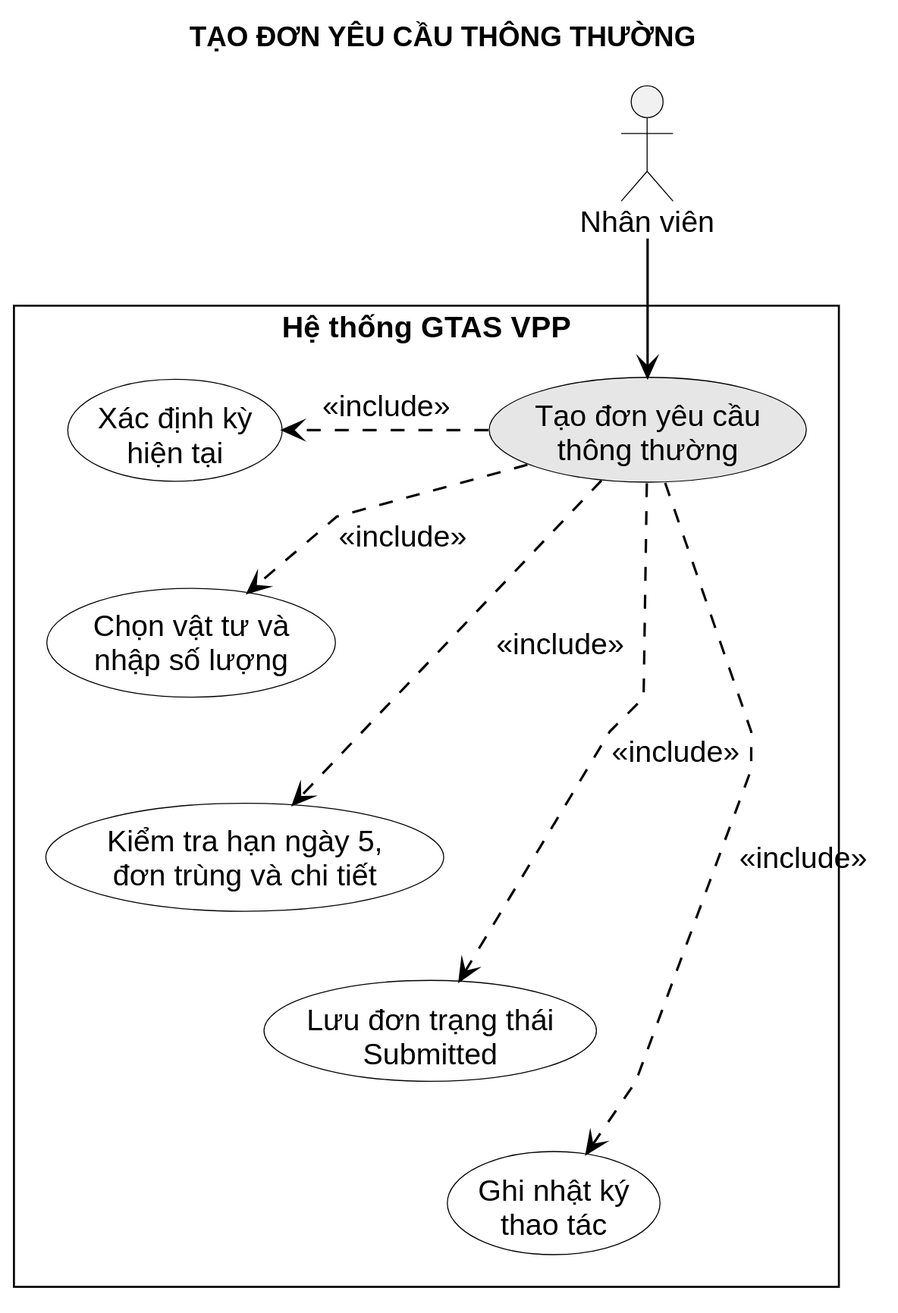
Earlier version of the PlantUML export LVTN/diagrams/ch03/use-case-create-regular-request.svg (Miikey24s/gtas_vpp).
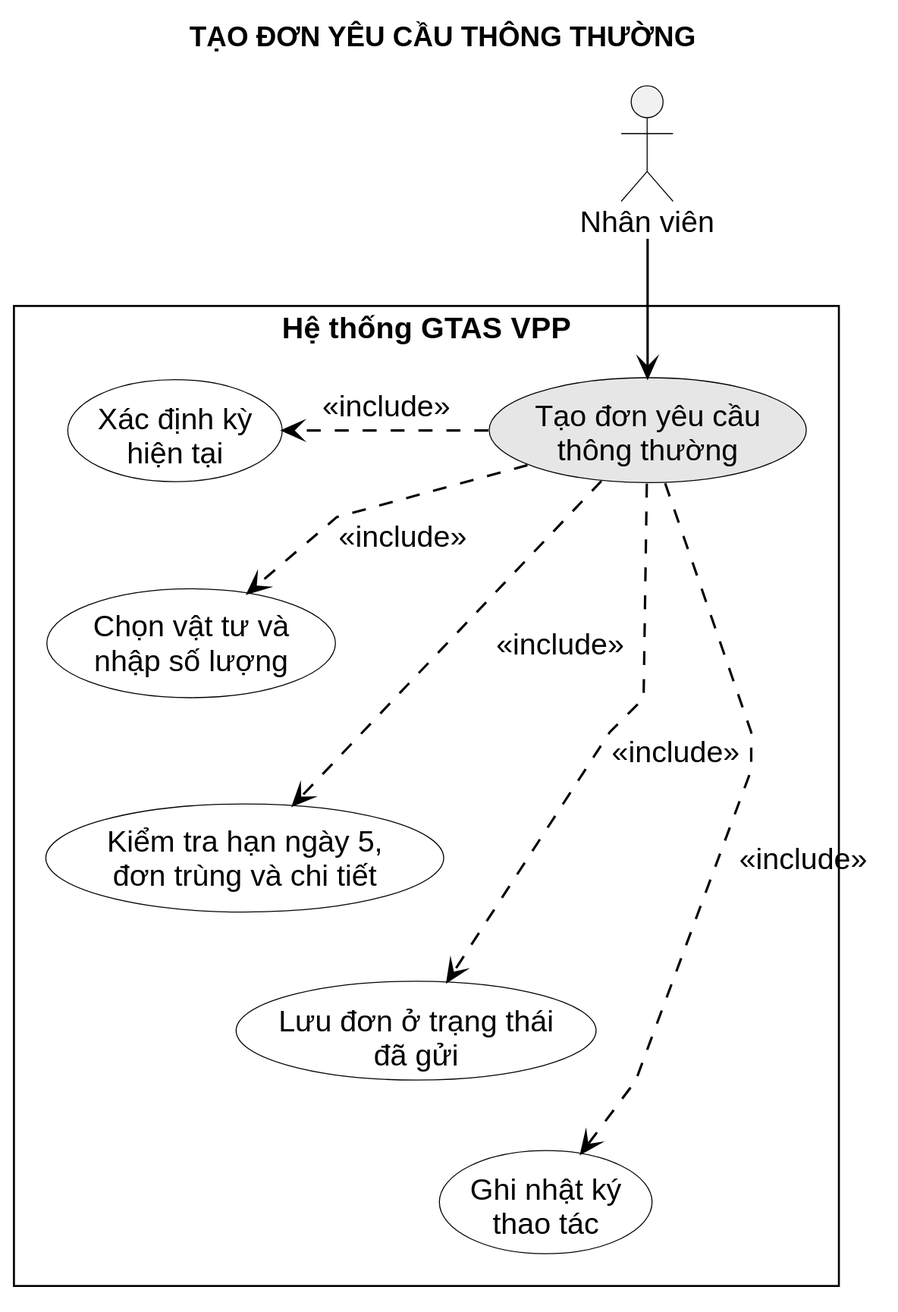
The same file after the commit.

The edit, as a diff of the source:
```diff
@@ -9,7 +9,7 @@
   usecase "Xác định kỳ\nhiện tại" as Period
   usecase "Chọn vật tư và\nnhập số lượng" as Items
   usecase "Kiểm tra hạn ngày 5,\nđơn trùng và chi tiết" as Validate
-  usecase "Lưu đơn trạng thái\nSubmitted" as Persist
+  usecase "Lưu đơn ở trạng thái\nđã gửi" as Persist
   usecase "Ghi nhật ký\nthao tác" as Log
 
   Create -[hidden]right- Period
```
